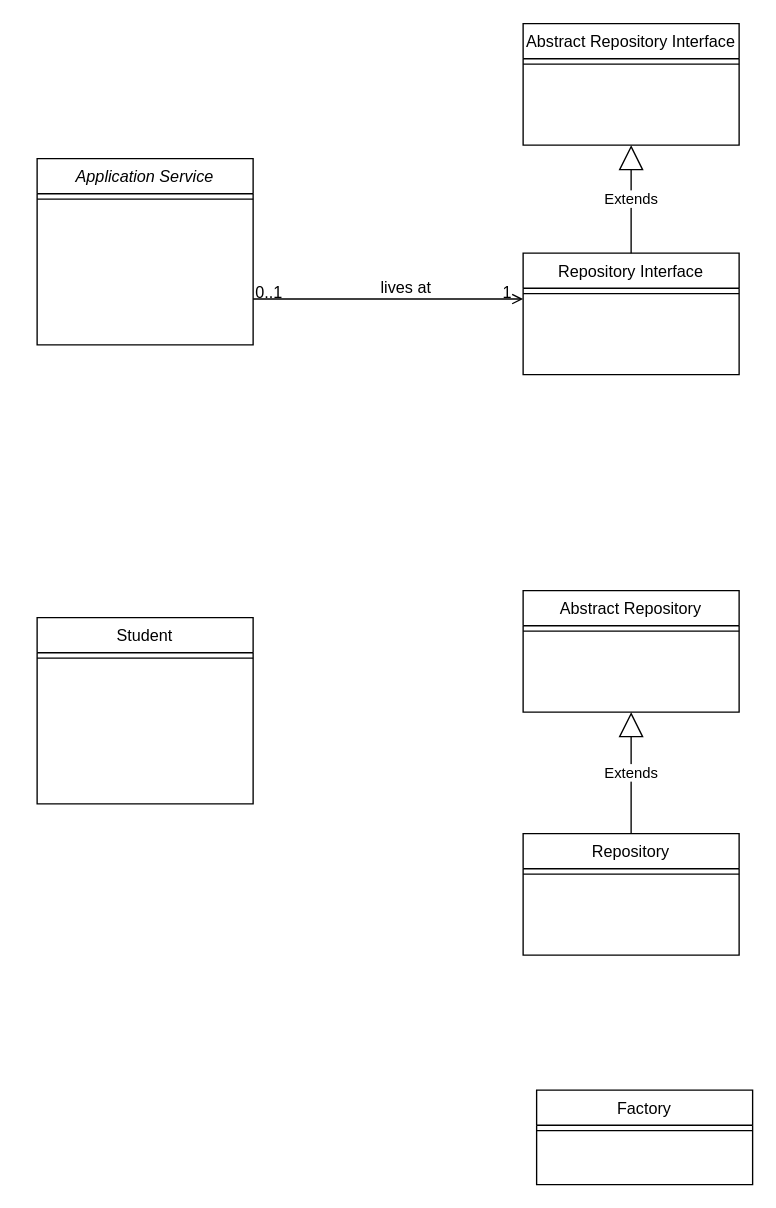
Above: DDD.drawio in franck-gaspoz/DDD (draw.io), before the change. Source tidied: cells renumbered, new cells numbered last; positions are measured from the earlier drawing's top-left corner, leaving out a move shared by most shapes. Both pictures are drawn from the tidied source at 135%, with x=0, y=0 at pixel (36, 23).
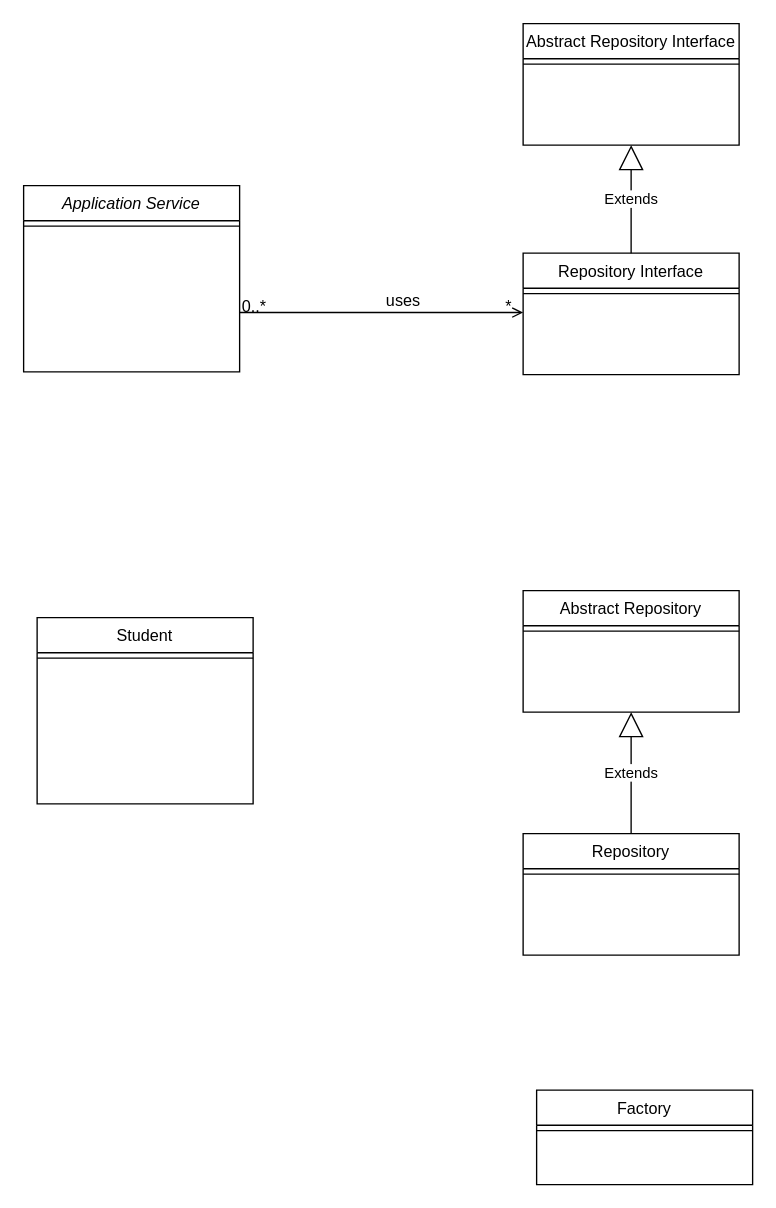
The same diagram, later.

Commit message (it also covers changes not shown here):
Mettre à jour DDD.drawio

The change refers to these unchanged cells:
```xml
<mxCell id="10" style="endArrow=open;shadow=0;strokeWidth=1;rounded=0;endFill=1;edgeStyle=elbowEdgeStyle;elbow=vertical;" parent="1" edge="1" source="2" target="8">
  <mxGeometry x="0.5" y="41" relative="1" as="geometry">
    <mxPoint x="-40" y="32" as="offset" />
  </mxGeometry>
</mxCell>
```

Change to the diagram source:
```diff
@@
     <mxCell id="2" value="Application Service" style="swimlane;fontStyle=2;align=center;verticalAlign=top;horizontal=1;startSize=26;rounded=0;shadow=0;strokeWidth=1;" parent="1" vertex="1">
-      <mxGeometry y="100" width="160" height="138" as="geometry" />
+      <mxGeometry x="-10" y="120" width="160" height="138" as="geometry" />
     </mxCell>
@@
-    <mxCell id="11" value="0..1" style="align=left;verticalAlign=bottom;labelBackgroundColor=none;fontSize=12;" parent="10" vertex="1">
+    <mxCell id="11" value="0..*" style="align=left;verticalAlign=bottom;labelBackgroundColor=none;fontSize=12;" parent="10" vertex="1">
       <mxGeometry x="-1" relative="1" as="geometry">
         <mxPoint y="4" as="offset" />
       </mxGeometry>
     </mxCell>
-    <mxCell id="12" value="1" style="align=right;verticalAlign=bottom;labelBackgroundColor=none;fontSize=12;" parent="10" vertex="1">
+    <mxCell id="12" value="*" style="align=right;verticalAlign=bottom;labelBackgroundColor=none;fontSize=12;" parent="10" vertex="1">
       <mxGeometry x="1" relative="1" as="geometry">
         <mxPoint x="-7" y="4" as="offset" />
       </mxGeometry>
     </mxCell>
-    <mxCell id="13" value="lives at" style="text;html=1;align=center;verticalAlign=middle;labelBackgroundColor=none;rounded=0;shadow=0;strokeWidth=1;fontSize=12;" parent="10" vertex="1">
+    <mxCell id="13" value="uses" style="text;html=1;align=center;verticalAlign=middle;labelBackgroundColor=none;rounded=0;shadow=0;strokeWidth=1;fontSize=12;" parent="10" vertex="1">
       <mxGeometry x="0.5" y="49" relative="1" as="geometry">
         <mxPoint x="-38" y="40" as="offset" />
       </mxGeometry>
     </mxCell>
```
